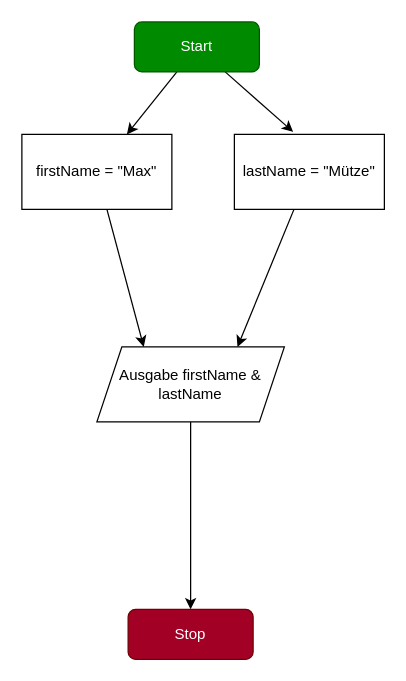
The draw.io diagram page "FamilyName" (2 of 2) of pap.drawio in CC-Schmidt-Learning/01_Variablen, before the edit. Source tidied: cells renumbered, new cells numbered last; positions are measured from the earlier drawing's top-left corner, leaving out a move shared by most shapes. Both pictures are drawn from the tidied source at 125%, with x=0, y=0 at pixel (21, 21).
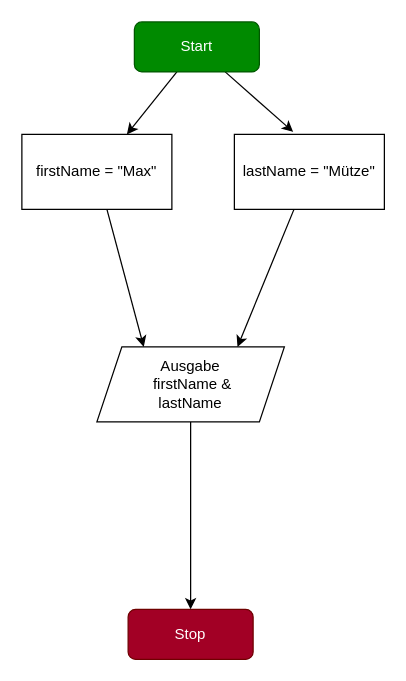
After the change.

Commit message:
kleine änderung

The edit, as a diff of the source:
```diff
@@
 <mxGraphModel>
   <root>
     <mxCell id="0" />
     <mxCell id="1" parent="0" />
     <mxCell id="2" style="edgeStyle=none;html=1;" parent="1" edge="1" source="4" target="7">
       <mxGeometry relative="1" as="geometry" />
     </mxCell>
     <mxCell id="3" style="edgeStyle=none;html=1;entryX=0.392;entryY=-0.033;entryDx=0;entryDy=0;entryPerimeter=0;" parent="1" edge="1" source="4" target="11">
       <mxGeometry relative="1" as="geometry" />
     </mxCell>
     <mxCell id="4" value="Start" style="rounded=1;whiteSpace=wrap;html=1;fillColor=#008a00;fontColor=#ffffff;strokeColor=#005700;" parent="1" vertex="1">
       <mxGeometry x="90" width="100" height="40" as="geometry" />
     </mxCell>
     <mxCell id="5" value="Stop" style="rounded=1;whiteSpace=wrap;html=1;fillColor=#a20025;fontColor=#ffffff;strokeColor=#6F0000;" parent="1" vertex="1">
       <mxGeometry x="85" y="470" width="100" height="40" as="geometry" />
     </mxCell>
     <mxCell id="6" style="edgeStyle=none;html=1;entryX=0.25;entryY=0;entryDx=0;entryDy=0;" parent="1" edge="1" source="7" target="9">
       <mxGeometry relative="1" as="geometry" />
     </mxCell>
     <mxCell id="7" value="firstName = &quot;Max&quot;" style="rounded=0;whiteSpace=wrap;html=1;" parent="1" vertex="1">
       <mxGeometry y="90" width="120" height="60" as="geometry" />
     </mxCell>
     <mxCell id="8" style="edgeStyle=none;html=1;entryX=0.5;entryY=0;entryDx=0;entryDy=0;" parent="1" edge="1" source="9" target="5">
       <mxGeometry relative="1" as="geometry" />
     </mxCell>
-    <mxCell id="9" value="Ausgabe firstName &amp;amp;&lt;br&gt;lastName" style="shape=parallelogram;perimeter=parallelogramPerimeter;whiteSpace=wrap;html=1;fixedSize=1;" parent="1" vertex="1">
+    <mxCell id="9" value="Ausgabe&lt;br&gt;&amp;nbsp;firstName &amp;amp;&lt;br&gt;lastName" style="shape=parallelogram;perimeter=parallelogramPerimeter;whiteSpace=wrap;html=1;fixedSize=1;" parent="1" vertex="1">
       <mxGeometry x="60" y="260" width="150" height="60" as="geometry" />
     </mxCell>
     <mxCell id="10" style="edgeStyle=none;html=1;entryX=0.75;entryY=0;entryDx=0;entryDy=0;" parent="1" edge="1" source="11" target="9">
       <mxGeometry relative="1" as="geometry" />
     </mxCell>
     <mxCell id="11" value="lastName = &quot;Mütze&quot;" style="rounded=0;whiteSpace=wrap;html=1;" parent="1" vertex="1">
       <mxGeometry x="170" y="90" width="120" height="60" as="geometry" />
     </mxCell>
   </root>
 </mxGraphModel>
```
